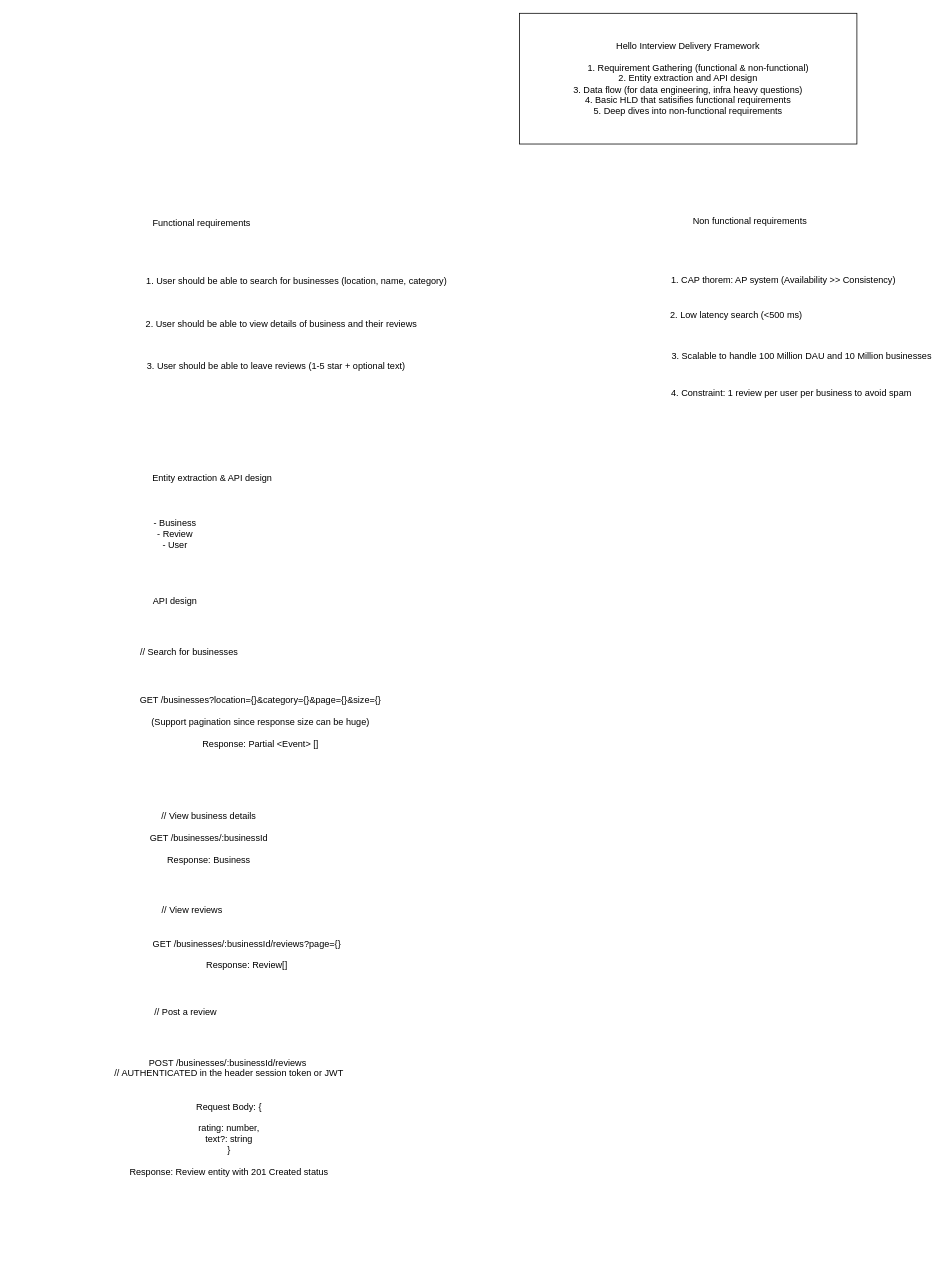
girikgarg8/Hello-Interview-HLD-Whiteboard-Practice keeps this draw.io diagram as Yelp HLD.drawio. Above is the earlier version. Source tidied: cells renumbered, new cells numbered last; positions are measured from the earlier drawing's top-left corner, leaving out a move shared by most shapes. Both pictures are drawn from the tidied source at 76%, with x=0, y=0 at pixel (60, 13).
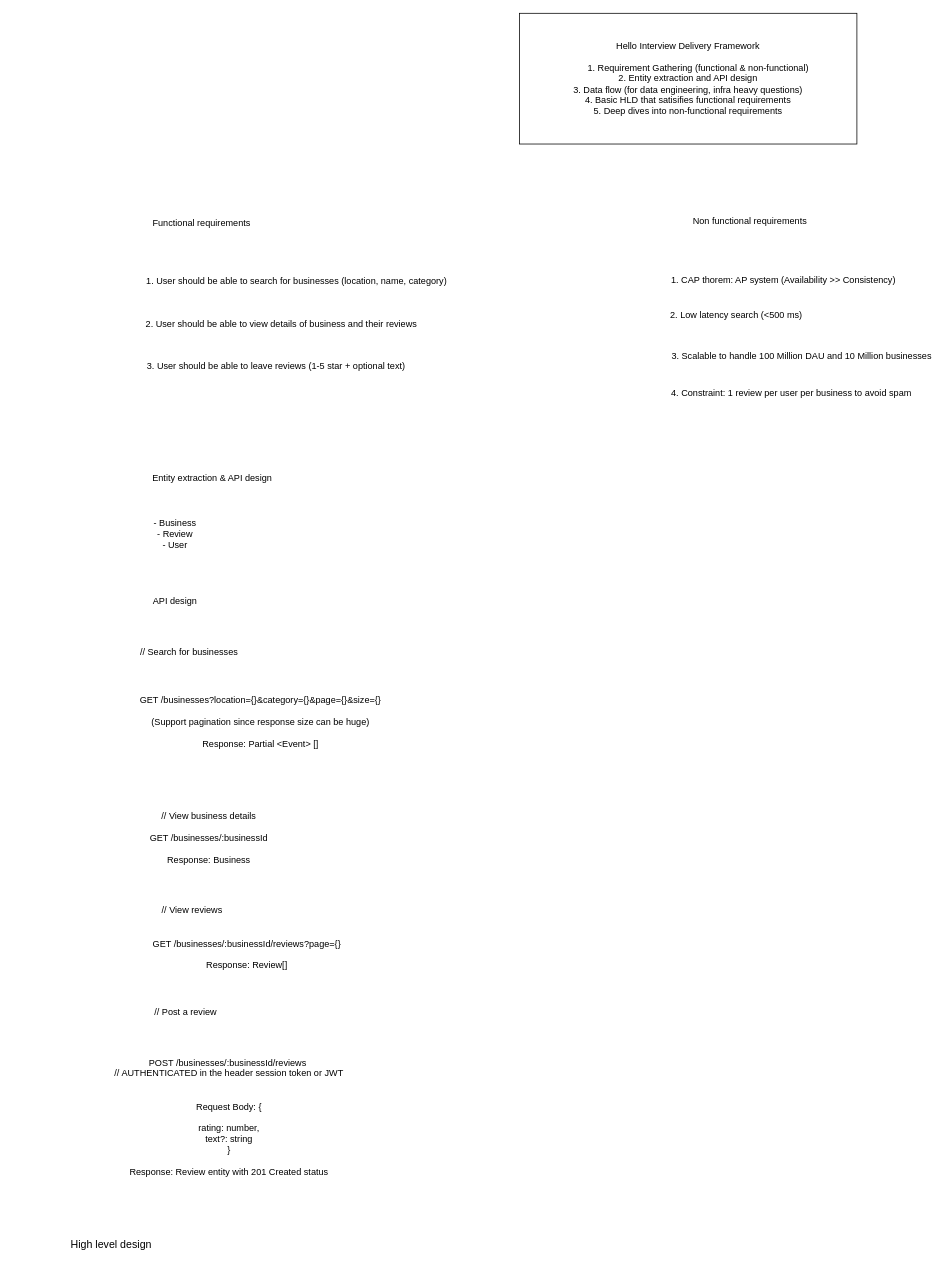
The same diagram, later.

Change to the diagram source:
```diff
@@
+    <mxCell id="22" value="&lt;font style=&quot;font-size: 14px;&quot;&gt;High level design&lt;/font&gt;" style="text;html=1;whiteSpace=wrap;strokeColor=none;fillColor=none;align=center;verticalAlign=middle;rounded=0;" parent="1" vertex="1">
+      <mxGeometry x="-62" y="1605" width="258" height="30" as="geometry" />
+    </mxCell>
```
